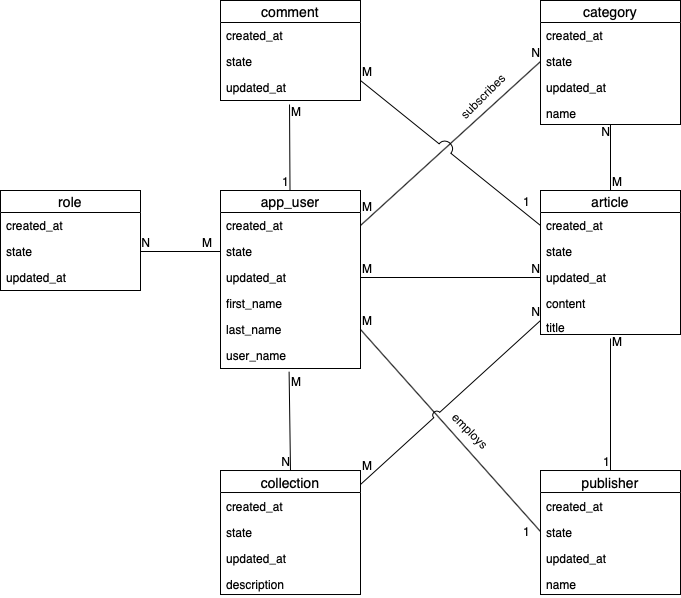
Before: src/main/resources/data_model/logic_data_model.png, a diagram exported from draw.io (gersrobert/Publisher). Source tidied: cells renumbered, new cells last; positions are measured from the earlier drawing's top-left corner, leaving out a move shared by most shapes.
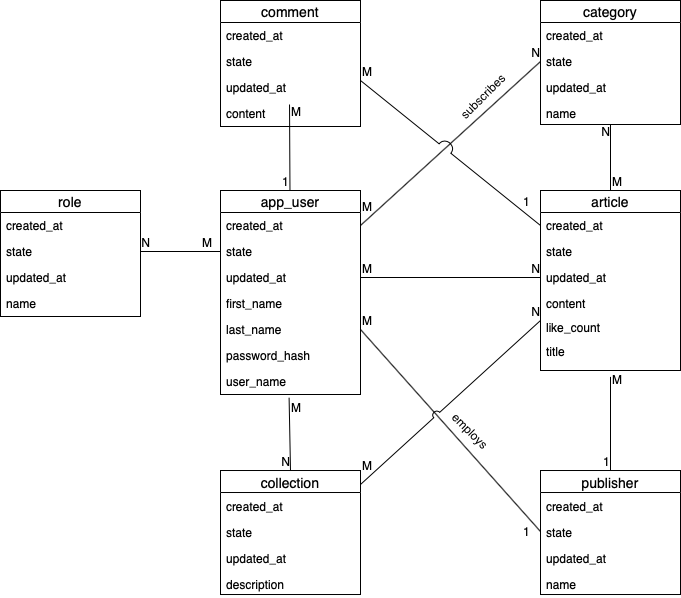
Later version of the same file.

Change to the diagram source:
```diff
@@ -3,7 +3,7 @@
     <mxCell id="0" />
     <mxCell id="1" parent="0" />
     <mxCell id="2" value="app_user" style="swimlane;fontStyle=0;horizontal=1;startSize=22;fillColor=none;swimlaneFillColor=#ffffff;align=center;fontSize=14;verticalAlign=middle;" parent="1" vertex="1">
-      <mxGeometry x="220" y="190" width="140" height="178" as="geometry" />
+      <mxGeometry x="220" y="190" width="140" height="204" as="geometry" />
     </mxCell>
     <mxCell id="3" value="created_at" style="text;strokeColor=none;fillColor=none;spacingLeft=4;spacingRight=4;overflow=hidden;points=[[0,0.5],[1,0.5]];portConstraint=eastwest;fontSize=12;" parent="2" vertex="1">
       <mxGeometry y="22" width="140" height="26" as="geometry" />
@@ -20,11 +20,14 @@
     <mxCell id="7" value="last_name" style="text;strokeColor=none;fillColor=none;spacingLeft=4;spacingRight=4;overflow=hidden;points=[[0,0.5],[1,0.5]];portConstraint=eastwest;fontSize=12;verticalAlign=top;" parent="2" vertex="1">
       <mxGeometry y="126" width="140" height="26" as="geometry" />
     </mxCell>
+    <mxCell id="70" value="password_hash" style="text;strokeColor=none;fillColor=none;spacingLeft=4;spacingRight=4;overflow=hidden;fontSize=12;verticalAlign=top;" parent="2" vertex="1">
+      <mxGeometry y="152" width="140" height="26" as="geometry" />
+    </mxCell>
     <mxCell id="8" value="user_name" style="text;strokeColor=none;fillColor=none;spacingLeft=4;spacingRight=4;overflow=hidden;points=[[0,0.5],[1,0.5]];portConstraint=eastwest;fontSize=12;verticalAlign=top;" parent="2" vertex="1">
-      <mxGeometry y="152" width="140" height="26" as="geometry" />
+      <mxGeometry y="178" width="140" height="26" as="geometry" />
     </mxCell>
     <mxCell id="9" value="role" style="swimlane;fontStyle=0;horizontal=1;startSize=22;fillColor=none;swimlaneFillColor=#ffffff;align=center;fontSize=14;" parent="1" vertex="1">
-      <mxGeometry y="190" width="140" height="100" as="geometry" />
+      <mxGeometry y="190" width="140" height="126" as="geometry" />
     </mxCell>
     <mxCell id="10" value="created_at" style="text;strokeColor=none;fillColor=none;spacingLeft=4;spacingRight=4;overflow=hidden;fontSize=12;" parent="9" vertex="1">
       <mxGeometry y="22" width="140" height="26" as="geometry" />
@@ -35,6 +38,9 @@
     <mxCell id="12" value="updated_at" style="text;strokeColor=none;fillColor=none;spacingLeft=4;spacingRight=4;overflow=hidden;fontSize=12;verticalAlign=top;" parent="9" vertex="1">
       <mxGeometry y="74" width="140" height="26" as="geometry" />
     </mxCell>
+    <mxCell id="71" value="name" style="text;strokeColor=none;fillColor=none;spacingLeft=4;spacingRight=4;overflow=hidden;fontSize=12;" parent="9" vertex="1">
+      <mxGeometry y="100" width="140" height="26" as="geometry" />
+    </mxCell>
     <mxCell id="13" value="category" style="swimlane;fontStyle=0;horizontal=1;startSize=22;fillColor=none;swimlaneFillColor=#ffffff;align=center;fontSize=14;" parent="1" vertex="1">
       <mxGeometry x="540" width="140" height="124" as="geometry" />
     </mxCell>
@@ -51,7 +57,7 @@
       <mxGeometry y="100" width="140" height="24" as="geometry" />
     </mxCell>
     <mxCell id="18" value="article" style="swimlane;fontStyle=0;horizontal=1;startSize=22;fillColor=none;swimlaneFillColor=#ffffff;align=center;fontSize=14;" parent="1" vertex="1">
-      <mxGeometry x="540" y="190" width="140" height="144" as="geometry" />
+      <mxGeometry x="540" y="190" width="140" height="180" as="geometry" />
     </mxCell>
     <mxCell id="19" value="created_at" style="text;strokeColor=none;fillColor=none;spacingLeft=4;spacingRight=4;overflow=hidden;points=[[0,0.5],[1,0.5]];portConstraint=eastwest;fontSize=12;" parent="18" vertex="1">
       <mxGeometry y="22" width="140" height="26" as="geometry" />
@@ -65,11 +71,14 @@
     <mxCell id="22" value="content" style="text;strokeColor=none;fillColor=none;spacingLeft=4;spacingRight=4;overflow=hidden;fontSize=12;verticalAlign=top;" parent="18" vertex="1">
       <mxGeometry y="100" width="140" height="24" as="geometry" />
     </mxCell>
+    <mxCell id="72" value="like_count" style="text;strokeColor=none;fillColor=none;spacingLeft=4;spacingRight=4;overflow=hidden;fontSize=12;verticalAlign=top;" parent="18" vertex="1">
+      <mxGeometry y="124" width="140" height="24" as="geometry" />
+    </mxCell>
     <mxCell id="23" value="title" style="text;strokeColor=none;fillColor=none;spacingLeft=4;spacingRight=4;overflow=hidden;points=[[0,0.5],[1,0.5]];portConstraint=eastwest;fontSize=12;verticalAlign=top;" parent="18" vertex="1">
-      <mxGeometry y="124" width="140" height="20" as="geometry" />
+      <mxGeometry y="148" width="140" height="32" as="geometry" />
     </mxCell>
     <mxCell id="24" value="comment" style="swimlane;fontStyle=0;horizontal=1;startSize=22;fillColor=none;swimlaneFillColor=#ffffff;align=center;fontSize=14;" parent="1" vertex="1">
-      <mxGeometry x="220" width="140" height="100" as="geometry" />
+      <mxGeometry x="220" width="140" height="126" as="geometry" />
     </mxCell>
     <mxCell id="25" value="created_at" style="text;strokeColor=none;fillColor=none;spacingLeft=4;spacingRight=4;overflow=hidden;fontSize=12;" parent="24" vertex="1">
       <mxGeometry y="22" width="140" height="26" as="geometry" />
@@ -80,6 +89,9 @@
     <mxCell id="27" value="updated_at" style="text;strokeColor=none;fillColor=none;spacingLeft=4;spacingRight=4;overflow=hidden;points=[[0,0.5],[1,0.5]];portConstraint=eastwest;fontSize=12;verticalAlign=top;" parent="24" vertex="1">
       <mxGeometry y="74" width="140" height="26" as="geometry" />
     </mxCell>
+    <mxCell id="73" value="content" style="text;strokeColor=none;fillColor=none;spacingLeft=4;spacingRight=4;overflow=hidden;fontSize=12;" parent="24" vertex="1">
+      <mxGeometry y="100" width="140" height="26" as="geometry" />
+    </mxCell>
     <mxCell id="28" style="endArrow=none;html=1;rounded=0;exitX=0.5;exitY=1.2;exitDx=0;exitDy=0;exitPerimeter=0;entryX=0.5;entryY=0;entryDx=0;entryDy=0;" parent="1" edge="1" source="23" target="40">
       <mxGeometry relative="1" as="geometry" />
     </mxCell>
```
